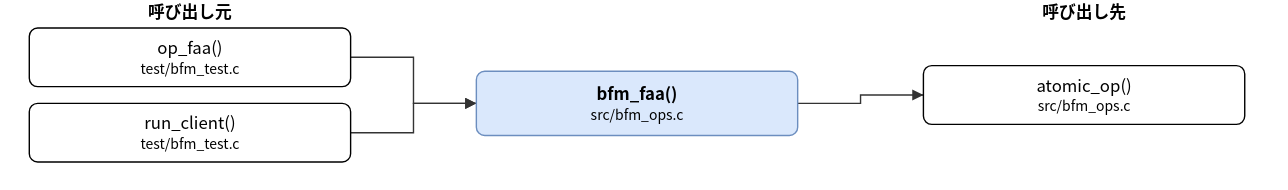
This is doc/spec/images/call_src_bfm_ops-bfm_faa.drawio.svg from hf355051012-ai/bfmem, a draw.io export, as it was before one commit. Source tidied: cells renumbered, new cells last; positions are measured from the earlier drawing's top-left corner, leaving out a move shared by most shapes. The source it was exported from:
```xml
<mxGraphModel>
  <root>
    <mxCell id="0" />
    <mxCell id="1" parent="0" />
    <mxCell id="2" value="bfm_faa()&lt;br&gt;&lt;font style=&quot;font-size:10px&quot;&gt;src/bfm_ops.c&lt;/font&gt;" style="rounded=1;whiteSpace=wrap;html=1;fillColor=#dae8fc;strokeColor=#6c8ebf;fontStyle=1;" parent="1" vertex="1">
      <mxGeometry x="320" y="51" width="230" height="46" as="geometry" />
    </mxCell>
    <mxCell id="3" value="op_faa()&lt;br&gt;&lt;font style=&quot;font-size:10px&quot;&gt;test/bfm_test.c&lt;/font&gt;" style="rounded=1;whiteSpace=wrap;html=1;" parent="1" vertex="1">
      <mxGeometry y="20" width="230" height="42" as="geometry" />
    </mxCell>
    <mxCell id="4" value="run_client()&lt;br&gt;&lt;font style=&quot;font-size:10px&quot;&gt;test/bfm_test.c&lt;/font&gt;" style="rounded=1;whiteSpace=wrap;html=1;" parent="1" vertex="1">
      <mxGeometry y="74" width="230" height="42" as="geometry" />
    </mxCell>
    <mxCell id="5" value="atomic_op()&lt;br&gt;&lt;font style=&quot;font-size:10px&quot;&gt;src/bfm_ops.c&lt;/font&gt;" style="rounded=1;whiteSpace=wrap;html=1;" parent="1" vertex="1">
      <mxGeometry x="640" y="47" width="230" height="42" as="geometry" />
    </mxCell>
    <mxCell id="6" style="edgeStyle=none;html=1;rounded=0;endArrow=block;endFill=1;exitX=1.0000;exitY=0.5000;exitDx=0;exitDy=0;exitPerimeter=0;entryX=0.0000;entryY=0.5000;entryDx=0;entryDy=0;entryPerimeter=0;" parent="1" edge="1" source="3" target="2">
      <mxGeometry relative="1" as="geometry">
        <Array as="points">
          <mxPoint x="275" y="41" />
          <mxPoint x="275" y="74" />
        </Array>
      </mxGeometry>
    </mxCell>
    <mxCell id="7" style="edgeStyle=none;html=1;rounded=0;endArrow=block;endFill=1;exitX=1.0000;exitY=0.5000;exitDx=0;exitDy=0;exitPerimeter=0;entryX=0.0000;entryY=0.5000;entryDx=0;entryDy=0;entryPerimeter=0;" parent="1" edge="1" source="4" target="2">
      <mxGeometry relative="1" as="geometry">
        <Array as="points">
          <mxPoint x="275" y="95" />
          <mxPoint x="275" y="74" />
        </Array>
      </mxGeometry>
    </mxCell>
    <mxCell id="8" style="edgeStyle=none;html=1;rounded=0;endArrow=block;endFill=1;exitX=1.0000;exitY=0.5000;exitDx=0;exitDy=0;exitPerimeter=0;entryX=0.0000;entryY=0.5000;entryDx=0;entryDy=0;entryPerimeter=0;" parent="1" edge="1" source="2" target="5">
      <mxGeometry relative="1" as="geometry">
        <Array as="points">
          <mxPoint x="595" y="74" />
          <mxPoint x="595" y="68" />
        </Array>
      </mxGeometry>
    </mxCell>
    <mxCell id="9" value="呼び出し元" style="text;html=1;align=center;fontStyle=1;" parent="1" vertex="1">
      <mxGeometry x="35" width="160" height="18" as="geometry" />
    </mxCell>
    <mxCell id="10" value="呼び出し先" style="text;html=1;align=center;fontStyle=1;" parent="1" vertex="1">
      <mxGeometry x="675" width="160" height="18" as="geometry" />
    </mxCell>
  </root>
</mxGraphModel>
```
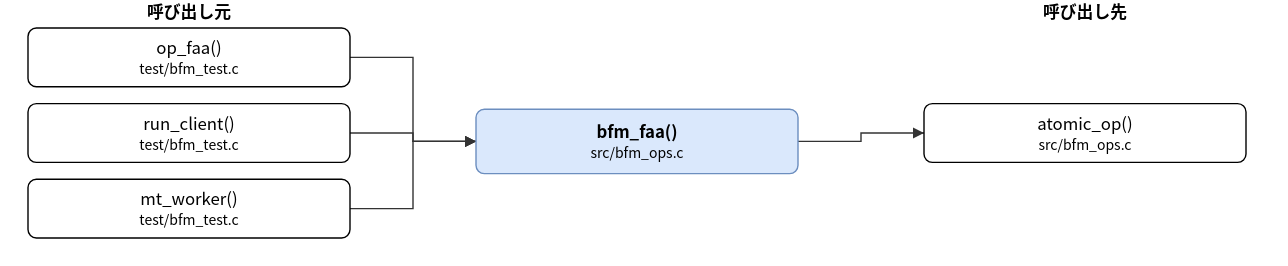
After the change.

Diff of the diagram source:
```diff
@@ -3,7 +3,7 @@
     <mxCell id="0" />
     <mxCell id="1" parent="0" />
     <mxCell id="2" value="bfm_faa()&lt;br&gt;&lt;font style=&quot;font-size:10px&quot;&gt;src/bfm_ops.c&lt;/font&gt;" style="rounded=1;whiteSpace=wrap;html=1;fillColor=#dae8fc;strokeColor=#6c8ebf;fontStyle=1;" parent="1" vertex="1">
-      <mxGeometry x="320" y="51" width="230" height="46" as="geometry" />
+      <mxGeometry x="320" y="78" width="230" height="46" as="geometry" />
     </mxCell>
     <mxCell id="3" value="op_faa()&lt;br&gt;&lt;font style=&quot;font-size:10px&quot;&gt;test/bfm_test.c&lt;/font&gt;" style="rounded=1;whiteSpace=wrap;html=1;" parent="1" vertex="1">
       <mxGeometry y="20" width="230" height="42" as="geometry" />
@@ -11,14 +11,17 @@
     <mxCell id="4" value="run_client()&lt;br&gt;&lt;font style=&quot;font-size:10px&quot;&gt;test/bfm_test.c&lt;/font&gt;" style="rounded=1;whiteSpace=wrap;html=1;" parent="1" vertex="1">
       <mxGeometry y="74" width="230" height="42" as="geometry" />
     </mxCell>
+    <mxCell id="11" value="mt_worker()&lt;br&gt;&lt;font style=&quot;font-size:10px&quot;&gt;test/bfm_test.c&lt;/font&gt;" style="rounded=1;whiteSpace=wrap;html=1;" parent="1" vertex="1">
+      <mxGeometry y="128" width="230" height="42" as="geometry" />
+    </mxCell>
     <mxCell id="5" value="atomic_op()&lt;br&gt;&lt;font style=&quot;font-size:10px&quot;&gt;src/bfm_ops.c&lt;/font&gt;" style="rounded=1;whiteSpace=wrap;html=1;" parent="1" vertex="1">
-      <mxGeometry x="640" y="47" width="230" height="42" as="geometry" />
+      <mxGeometry x="640" y="74" width="230" height="42" as="geometry" />
     </mxCell>
     <mxCell id="6" style="edgeStyle=none;html=1;rounded=0;endArrow=block;endFill=1;exitX=1.0000;exitY=0.5000;exitDx=0;exitDy=0;exitPerimeter=0;entryX=0.0000;entryY=0.5000;entryDx=0;entryDy=0;entryPerimeter=0;" parent="1" edge="1" source="3" target="2">
       <mxGeometry relative="1" as="geometry">
         <Array as="points">
           <mxPoint x="275" y="41" />
-          <mxPoint x="275" y="74" />
+          <mxPoint x="275" y="101" />
         </Array>
       </mxGeometry>
     </mxCell>
@@ -26,18 +29,26 @@
       <mxGeometry relative="1" as="geometry">
         <Array as="points">
           <mxPoint x="275" y="95" />
-          <mxPoint x="275" y="74" />
+          <mxPoint x="275" y="101" />
         </Array>
       </mxGeometry>
     </mxCell>
-    <mxCell id="8" style="edgeStyle=none;html=1;rounded=0;endArrow=block;endFill=1;exitX=1.0000;exitY=0.5000;exitDx=0;exitDy=0;exitPerimeter=0;entryX=0.0000;entryY=0.5000;entryDx=0;entryDy=0;entryPerimeter=0;" parent="1" edge="1" source="2" target="5">
+    <mxCell id="8" style="edgeStyle=none;html=1;rounded=0;endArrow=block;endFill=1;exitX=1.0000;exitY=0.5000;exitDx=0;exitDy=0;exitPerimeter=0;entryX=0.0000;entryY=0.5000;entryDx=0;entryDy=0;entryPerimeter=0;" parent="1" edge="1" source="11" target="2">
       <mxGeometry relative="1" as="geometry">
         <Array as="points">
-          <mxPoint x="595" y="74" />
-          <mxPoint x="595" y="68" />
+          <mxPoint x="275" y="149" />
+          <mxPoint x="275" y="101" />
         </Array>
       </mxGeometry>
     </mxCell>
+    <mxCell id="12" style="edgeStyle=none;html=1;rounded=0;endArrow=block;endFill=1;exitX=1.0000;exitY=0.5000;exitDx=0;exitDy=0;exitPerimeter=0;entryX=0.0000;entryY=0.5000;entryDx=0;entryDy=0;entryPerimeter=0;" parent="1" edge="1" source="2" target="5">
+      <mxGeometry relative="1" as="geometry">
+        <Array as="points">
+          <mxPoint x="595" y="101" />
+          <mxPoint x="595" y="95" />
+        </Array>
+      </mxGeometry>
+    </mxCell>
     <mxCell id="9" value="呼び出し元" style="text;html=1;align=center;fontStyle=1;" parent="1" vertex="1">
       <mxGeometry x="35" width="160" height="18" as="geometry" />
     </mxCell>
```
